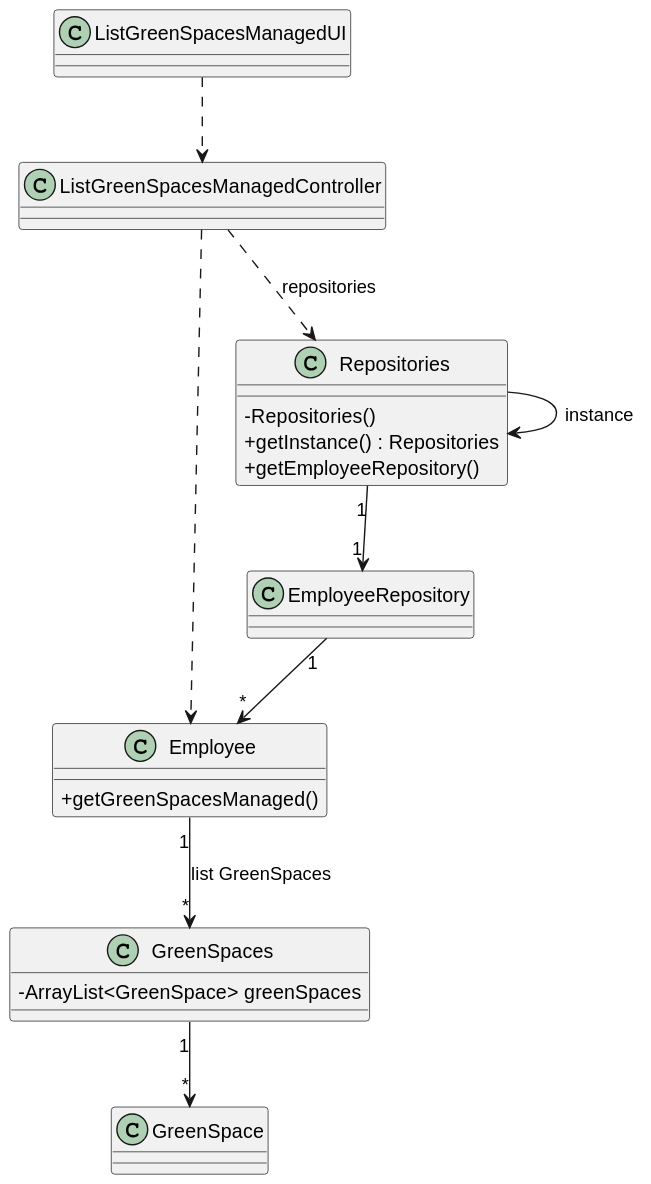
The PlantUML diagram docs/sprintC/US027/03.design/svg/us027-class-diagram.svg in LopemigueISEP/lei-24-s2-1nb-g312, before a commit. Source of this version:
```plantuml
@startuml
skinparam packageStyle rectangle
skinparam shadowing false
skinparam linetype polyline

skinparam classAttributeIconSize 0


class ListGreenSpacesManagedUI{
}

class ListGreenSpacesManagedController{
}

class Employee {
+getGreenSpacesManaged()
}

class GreenSpaces{
-ArrayList<GreenSpace> greenSpaces
}

class GreenSpace{
}


class EmployeeRepository {
}




class Repositories {
    - Repositories()
    + getInstance() : Repositories
    + getEmployeeRepository()

}





Repositories --> Repositories : instance


ListGreenSpacesManagedUI ..> ListGreenSpacesManagedController

ListGreenSpacesManagedController ..> Repositories : repositories



Repositories "1"--> "1" EmployeeRepository



EmployeeRepository "1"--> "*" Employee


Employee "1" --> "*"GreenSpaces: list GreenSpaces
GreenSpaces "1" --> "*"GreenSpace


ListGreenSpacesManagedController .> Employee
@enduml
```
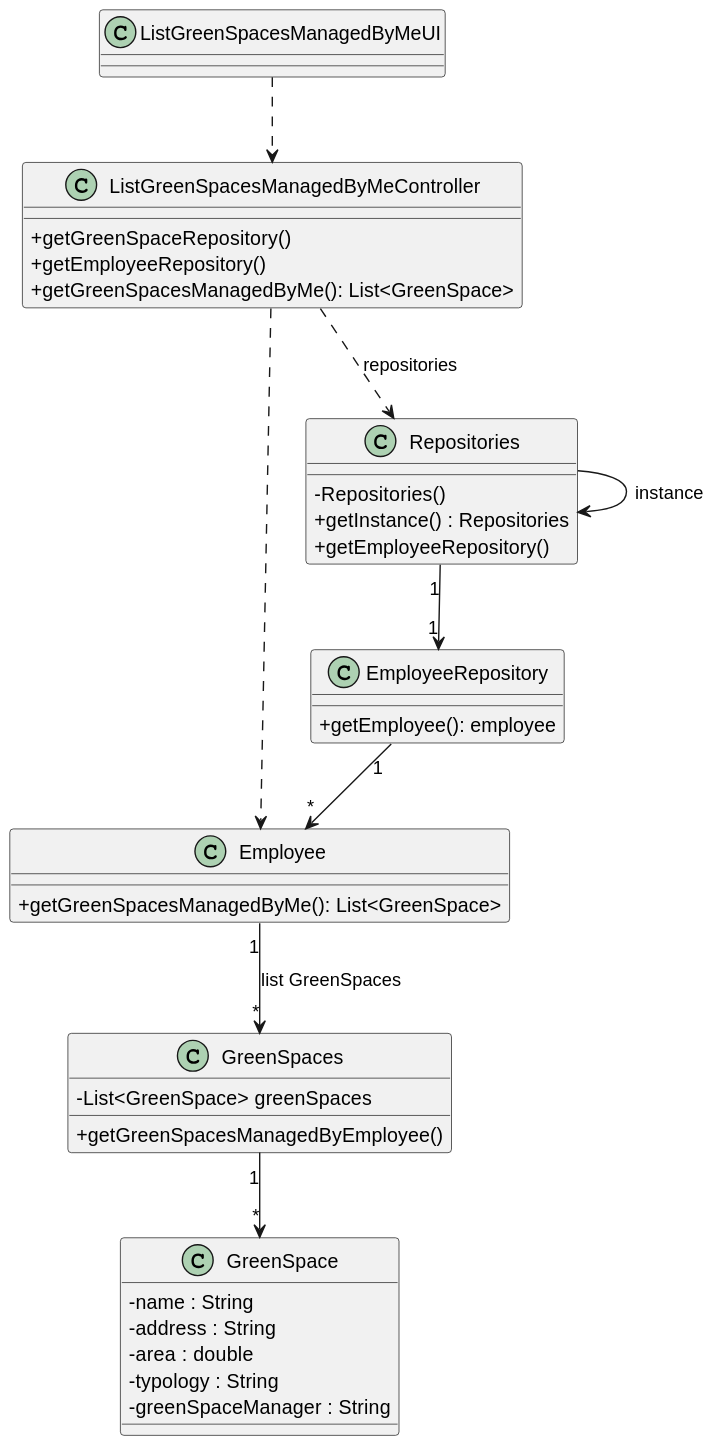
The same file after the commit.

Change to the diagram source:
```diff
@@ -6,25 +6,36 @@
 skinparam classAttributeIconSize 0
 
 
-class ListGreenSpacesManagedUI{
+class ListGreenSpacesManagedByMeUI{
 }
 
-class ListGreenSpacesManagedController{
+class ListGreenSpacesManagedByMeController{
++getGreenSpaceRepository()
++getEmployeeRepository()
++getGreenSpacesManagedByMe(): List<GreenSpace>
+
 }
 
 class Employee {
-+getGreenSpacesManaged()
++getGreenSpacesManagedByMe(): List<GreenSpace>
 }
 
 class GreenSpaces{
--ArrayList<GreenSpace> greenSpaces
+-List<GreenSpace> greenSpaces
++getGreenSpacesManagedByEmployee()
 }
 
 class GreenSpace{
+-name : String
+-address : String
+-area : double
+-typology : String
+- greenSpaceManager : String
 }
 
 
 class EmployeeRepository {
++getEmployee(): employee
 }
 
 
@@ -44,9 +55,9 @@
 Repositories --> Repositories : instance
 
 
-ListGreenSpacesManagedUI ..> ListGreenSpacesManagedController
+ListGreenSpacesManagedByMeUI ..> ListGreenSpacesManagedByMeController
 
-ListGreenSpacesManagedController ..> Repositories : repositories
+ListGreenSpacesManagedByMeController ..> Repositories : repositories
 
 
 
@@ -61,5 +72,5 @@
 GreenSpaces "1" --> "*"GreenSpace
 
 
-ListGreenSpacesManagedController .> Employee
+ListGreenSpacesManagedByMeController .> Employee
 @enduml
```
